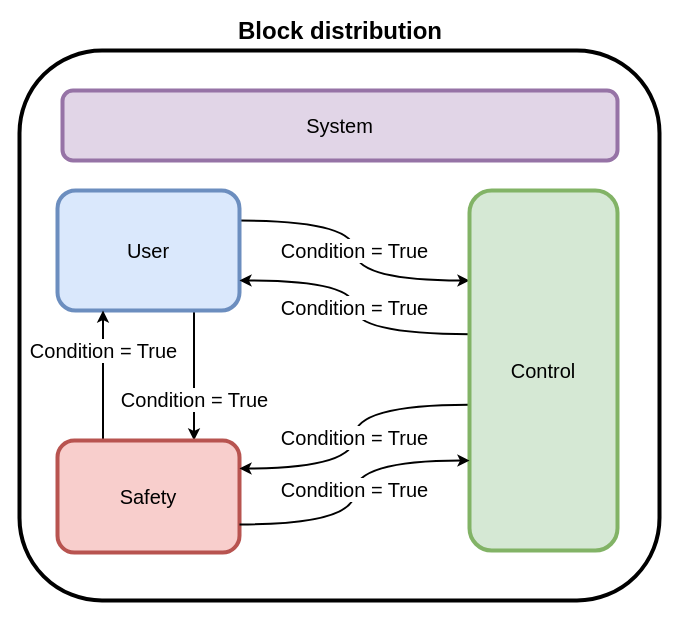
The draw.io diagram Report/Diagrams/TemplateBlockStructure.drawio in NicolaiFransen/SemesterProjectPED2, before the edit. Source tidied: cells renumbered, new cells numbered last; positions are measured from the earlier drawing's top-left corner, leaving out a move shared by most shapes. Both pictures are drawn from the tidied source at 100%, with x=0, y=0 at pixel (19, 20).
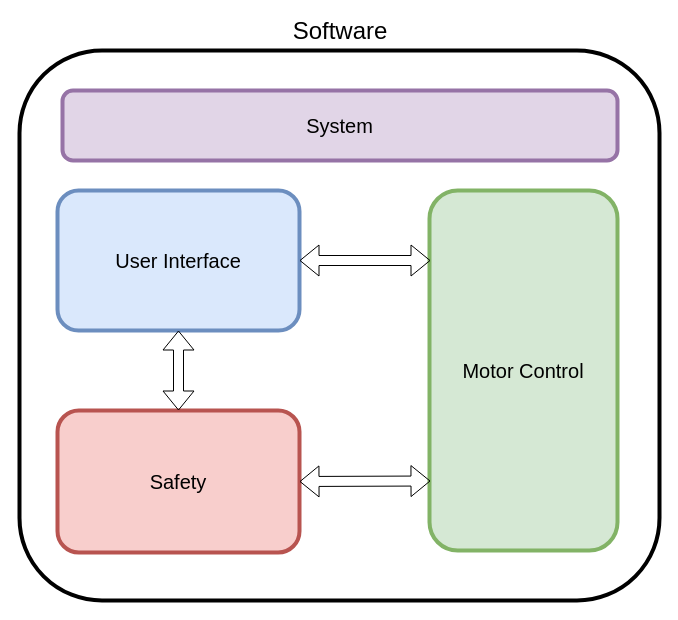
The same page after the edit.

Commit message:
Slight changes to whole system diagram

The edit, as a diff of the source:
```diff
@@
 <mxGraphModel>
   <root>
     <mxCell id="0" />
     <mxCell id="1" parent="0" />
     <mxCell id="2" style="rounded=1;whiteSpace=wrap;html=1;strokeWidth=4;shadow=0;imageAspect=1;" parent="1" vertex="1">
       <mxGeometry y="30" width="640" height="550" as="geometry" />
     </mxCell>
-    <mxCell id="3" value="&lt;div&gt;Condition = True&lt;br&gt;&lt;/div&gt;" style="edgeStyle=orthogonalEdgeStyle;jettySize=auto;html=1;exitX=1;exitY=0.25;exitDx=0;exitDy=0;entryX=0;entryY=0.25;entryDx=0;entryDy=0;fontSize=20;strokeWidth=2;strokeColor=#000000;fillColor=none;arcSize=70;comic=0;shadow=0;curved=1;" parent="1" edge="1" source="5" target="11">
-      <mxGeometry relative="1" as="geometry" />
-    </mxCell>
-    <mxCell id="4" value="Condition = True" style="edgeStyle=orthogonalEdgeStyle;curved=1;comic=0;jettySize=auto;html=1;exitX=0.75;exitY=1;exitDx=0;exitDy=0;entryX=0.75;entryY=0;entryDx=0;entryDy=0;shadow=0;strokeColor=#000000;strokeWidth=2;fillColor=none;fontSize=20;" parent="1" edge="1" source="5" target="8">
-      <mxGeometry x="0.38" relative="1" as="geometry">
-        <mxPoint y="-1" as="offset" />
-      </mxGeometry>
-    </mxCell>
-    <mxCell id="5" value="&lt;div&gt;User&lt;/div&gt;" style="rounded=1;whiteSpace=wrap;html=1;fontSize=20;fillColor=#dae8fc;strokeColor=#6c8ebf;strokeWidth=4;" parent="1" vertex="1">
-      <mxGeometry x="38" y="170" width="182" height="120" as="geometry" />
+    <mxCell id="5" value="&lt;div&gt;User Interface&lt;/div&gt;" style="rounded=1;whiteSpace=wrap;html=1;fontSize=20;fillColor=#dae8fc;strokeColor=#6c8ebf;strokeWidth=4;" parent="1" vertex="1">
+      <mxGeometry x="38" y="170" width="242" height="140" as="geometry" />
     </mxCell>
     <mxCell id="6" value="&lt;div&gt;System&lt;/div&gt;" style="rounded=1;whiteSpace=wrap;html=1;fontSize=20;fillColor=#e1d5e7;strokeColor=#9673a6;strokeWidth=4;" parent="1" vertex="1">
       <mxGeometry x="43" y="70" width="555" height="70" as="geometry" />
     </mxCell>
-    <mxCell id="7" value="Condition = True" style="edgeStyle=orthogonalEdgeStyle;curved=1;comic=0;jettySize=auto;html=1;exitX=0.25;exitY=0;exitDx=0;exitDy=0;entryX=0.25;entryY=1;entryDx=0;entryDy=0;shadow=0;strokeColor=#000000;strokeWidth=2;fillColor=none;fontSize=20;" parent="1" edge="1" source="8" target="5">
-      <mxGeometry x="0.39" relative="1" as="geometry" />
-    </mxCell>
     <mxCell id="8" value="&lt;div&gt;Safety&lt;/div&gt;" style="rounded=1;whiteSpace=wrap;html=1;fontSize=20;fillColor=#f8cecc;strokeColor=#b85450;strokeWidth=4;" parent="1" vertex="1">
-      <mxGeometry x="38" y="420" width="182" height="112" as="geometry" />
+      <mxGeometry x="38" y="390" width="242" height="142" as="geometry" />
     </mxCell>
-    <mxCell id="9" value="&lt;div&gt;Condition = True&lt;/div&gt;" style="edgeStyle=orthogonalEdgeStyle;comic=0;jettySize=auto;html=1;entryX=1;entryY=0.75;entryDx=0;entryDy=0;shadow=0;strokeColor=#000000;strokeWidth=2;fillColor=none;fontSize=20;curved=1;exitX=0.002;exitY=0.399;exitDx=0;exitDy=0;exitPerimeter=0;" parent="1" edge="1" source="11" target="5">
-      <mxGeometry relative="1" as="geometry" />
-    </mxCell>
-    <mxCell id="10" value="Condition = True" style="edgeStyle=orthogonalEdgeStyle;curved=1;comic=0;jettySize=auto;html=1;entryX=1;entryY=0.25;entryDx=0;entryDy=0;shadow=0;strokeColor=#000000;strokeWidth=2;fillColor=none;fontSize=20;exitX=-0.005;exitY=0.595;exitDx=0;exitDy=0;exitPerimeter=0;" parent="1" edge="1" source="11" target="8">
-      <mxGeometry relative="1" as="geometry" />
-    </mxCell>
-    <mxCell id="11" value="&lt;div&gt;Control&lt;/div&gt;" style="rounded=1;whiteSpace=wrap;html=1;fontSize=20;fillColor=#d5e8d4;strokeColor=#82b366;strokeWidth=4;" parent="1" vertex="1">
-      <mxGeometry x="450" y="170" width="148" height="360" as="geometry" />
+    <mxCell id="11" value="&lt;div&gt;Motor Control&lt;/div&gt;" style="rounded=1;whiteSpace=wrap;html=1;fontSize=20;fillColor=#d5e8d4;strokeColor=#82b366;strokeWidth=4;" parent="1" vertex="1">
+      <mxGeometry x="410" y="170" width="188" height="360" as="geometry" />
     </mxCell>
-    <mxCell id="12" value="&lt;div&gt;Condition = True&lt;br&gt;&lt;/div&gt;" style="edgeStyle=orthogonalEdgeStyle;jettySize=auto;html=1;exitX=1;exitY=0.75;exitDx=0;exitDy=0;fontSize=20;strokeWidth=2;strokeColor=#000000;fillColor=none;arcSize=70;comic=0;shadow=0;entryX=0;entryY=0.75;entryDx=0;entryDy=0;curved=1;" parent="1" edge="1" source="8" target="11">
-      <mxGeometry x="0.02" relative="1" as="geometry" />
-    </mxCell>
-    <mxCell id="13" value="&lt;div style=&quot;font-size: 24px&quot;&gt;&lt;b&gt;&lt;font style=&quot;font-size: 24px&quot;&gt;Block distribution&lt;/font&gt;&lt;/b&gt;&lt;/div&gt;" style="text;html=1;strokeColor=none;fillColor=none;align=center;verticalAlign=middle;whiteSpace=wrap;rounded=0;shadow=0;fontSize=20;" parent="1" vertex="1">
+    <mxCell id="13" value="&lt;div style=&quot;font-size: 24px&quot;&gt;Software&lt;/div&gt;" style="text;html=1;strokeColor=none;fillColor=none;align=center;verticalAlign=middle;whiteSpace=wrap;rounded=0;shadow=0;fontSize=20;" parent="1" vertex="1">
       <mxGeometry x="190.5" width="260" height="22" as="geometry" />
     </mxCell>
+    <mxCell id="14" style="shape=flexArrow;endArrow=classic;startArrow=classic;html=1;exitX=1;exitY=0.5;exitDx=0;exitDy=0;" parent="1" edge="1" source="5">
+      <mxGeometry relative="1" as="geometry">
+        <mxPoint x="411" y="240" as="targetPoint" />
+      </mxGeometry>
+    </mxCell>
+    <mxCell id="15" style="shape=flexArrow;endArrow=classic;startArrow=classic;html=1;exitX=1;exitY=0.5;exitDx=0;exitDy=0;" parent="1" edge="1" source="8">
+      <mxGeometry relative="1" as="geometry">
+        <mxPoint x="411" y="460.5" as="targetPoint" />
+      </mxGeometry>
+    </mxCell>
+    <mxCell id="4" style="shape=flexArrow;endArrow=classic;startArrow=classic;html=1;exitX=0.5;exitY=1;exitDx=0;exitDy=0;entryX=0.5;entryY=0;entryDx=0;entryDy=0;" parent="1" edge="1" source="5" target="8">
+      <mxGeometry relative="1" as="geometry" />
+    </mxCell>
   </root>
 </mxGraphModel>
```
